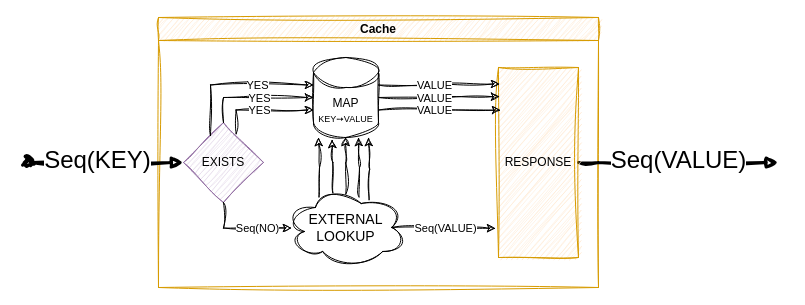
The draw.io diagram assets/images/2023/12/list_cache.drawio in stevenrskelton/stevenrskelton.github.io, before the edit. Source tidied: cells renumbered, new cells numbered last; positions are measured from the earlier drawing's top-left corner, leaving out a move shared by most shapes. Both pictures are drawn from the tidied source at 100%, with x=0, y=0 at pixel (28, 17).
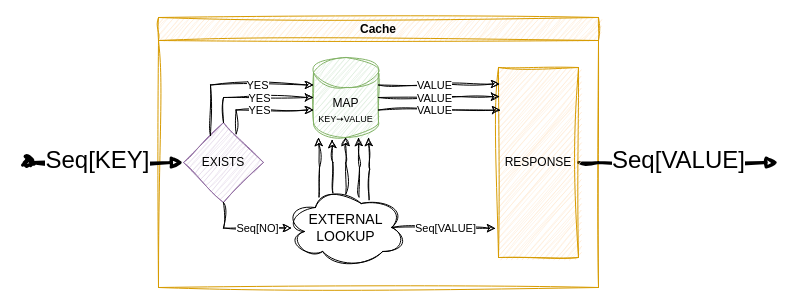
The same page after the edit.

Unchanged cells that the change refers to:
```xml
<mxCell id="2" value="Cache" style="swimlane;whiteSpace=wrap;html=1;fillColor=#ffe6cc;strokeColor=#d79b00;sketch=1;curveFitting=1;jiggle=2;" parent="1" vertex="1">
  <mxGeometry x="130" width="440" height="270" as="geometry" />
</mxCell>
<mxCell id="5" value="EXISTS" style="rhombus;whiteSpace=wrap;html=1;fillColor=#e1d5e7;strokeColor=#9673a6;sketch=1;curveFitting=1;jiggle=2;" parent="2" vertex="1">
  <mxGeometry x="25" y="105" width="80" height="80" as="geometry" />
</mxCell>
<mxCell id="9" style="edgeStyle=orthogonalEdgeStyle;rounded=0;jettySize=auto;html=1;exitX=0.5;exitY=1;exitDx=0;exitDy=0;entryX=0.055;entryY=0.506;entryDx=0;entryDy=0;entryPerimeter=0;sketch=1;curveFitting=1;jiggle=2;" parent="2" edge="1" source="5" target="4">
  <mxGeometry relative="1" as="geometry">
    <Array as="points">
      <mxPoint x="65" y="211" />
    </Array>
  </mxGeometry>
</mxCell>
<mxCell id="11" value="RESPONSE" style="rounded=0;whiteSpace=wrap;html=1;glass=0;sketch=1;curveFitting=1;jiggle=2;fillColor=#ffe6cc;strokeColor=#d79b00;" parent="2" vertex="1">
  <mxGeometry x="340" y="50" width="80" height="190" as="geometry" />
</mxCell>
<mxCell id="14" style="edgeStyle=orthogonalEdgeStyle;rounded=0;jettySize=auto;html=1;exitX=0.875;exitY=0.5;exitDx=0;exitDy=0;exitPerimeter=0;entryX=-0.037;entryY=0.847;entryDx=0;entryDy=0;entryPerimeter=0;sketch=1;curveFitting=1;jiggle=2;" parent="2" edge="1" source="4" target="11">
  <mxGeometry relative="1" as="geometry" />
</mxCell>
```

Diff of the diagram source:
```diff
@@
-    <mxCell id="3" value="Seq(VALUE)" style="html=1;verticalAlign=bottom;startArrow=none;endArrow=block;startSize=8;edgeStyle=elbowEdgeStyle;elbow=horizontal;curved=0;rounded=0;exitX=1;exitY=0.5;exitDx=0;exitDy=0;strokeWidth=3;fontSize=24;fontStyle=0;sketch=1;curveFitting=1;jiggle=2;startFill=0;" parent="2" edge="1" source="11">
+    <mxCell id="3" value="Seq[VALUE]" style="html=1;verticalAlign=bottom;startArrow=none;endArrow=block;startSize=8;edgeStyle=elbowEdgeStyle;elbow=horizontal;curved=0;rounded=0;exitX=1;exitY=0.5;exitDx=0;exitDy=0;strokeWidth=3;fontSize=24;fontStyle=0;sketch=1;curveFitting=1;jiggle=2;startFill=0;" parent="2" edge="1" source="11">
       <mxGeometry y="-15" relative="1" as="geometry">
         <mxPoint x="620" y="145" as="targetPoint" />
         <Array as="points">
           <mxPoint x="440" y="145" />
         </Array>
       </mxGeometry>
     </mxCell>
@@
-    <mxCell id="6" value="MAP&lt;br&gt;&lt;font style=&quot;font-size: 9px;&quot;&gt;KEY➙VALUE&lt;/font&gt;" style="shape=cylinder3;whiteSpace=wrap;html=1;boundedLbl=1;backgroundOutline=1;size=15;sketch=1;curveFitting=1;jiggle=2;" parent="2" vertex="1">
+    <mxCell id="6" value="MAP&lt;br&gt;&lt;font style=&quot;font-size: 9px;&quot;&gt;KEY➙VALUE&lt;/font&gt;" style="shape=cylinder3;whiteSpace=wrap;html=1;boundedLbl=1;backgroundOutline=1;size=15;sketch=1;curveFitting=1;jiggle=2;fillColor=#d5e8d4;strokeColor=#82b366;" parent="2" vertex="1">
       <mxGeometry x="155" y="40" width="65" height="80" as="geometry" />
     </mxCell>
@@
-    <mxCell id="10" value="Seq(NO)" style="edgeLabel;html=1;align=center;verticalAlign=middle;" parent="9" vertex="1">
+    <mxCell id="10" value="Seq[NO]" style="edgeLabel;html=1;align=center;verticalAlign=middle;" parent="9" vertex="1">
       <mxGeometry x="0.26" relative="1" as="geometry" />
     </mxCell>
@@
-    <mxCell id="15" value="Seq(VALUE)" style="edgeLabel;html=1;align=center;verticalAlign=middle;" parent="14" vertex="1">
+    <mxCell id="15" value="Seq[VALUE]" style="edgeLabel;html=1;align=center;verticalAlign=middle;" parent="14" vertex="1">
       <mxGeometry x="0.01" relative="1" as="geometry" />
     </mxCell>
@@
-    <mxCell id="29" value="Seq(KEY)" style="html=1;verticalAlign=bottom;startArrow=oval;endArrow=block;startSize=8;edgeStyle=elbowEdgeStyle;elbow=vertical;curved=0;rounded=0;strokeWidth=3;fontSize=24;fontStyle=0;sketch=1;curveFitting=1;jiggle=2;entryX=0;entryY=0.5;entryDx=0;entryDy=0;labelBackgroundColor=default;" parent="1" edge="1" target="5">
+    <mxCell id="29" value="Seq[KEY]" style="html=1;verticalAlign=bottom;startArrow=oval;endArrow=block;startSize=8;edgeStyle=elbowEdgeStyle;elbow=vertical;curved=0;rounded=0;strokeWidth=3;fontSize=24;fontStyle=0;sketch=1;curveFitting=1;jiggle=2;entryX=0;entryY=0.5;entryDx=0;entryDy=0;labelBackgroundColor=default;" parent="1" edge="1" target="5">
       <mxGeometry x="-0.11" y="-15" relative="1" as="geometry">
         <mxPoint y="145" as="sourcePoint" />
       </mxGeometry>
     </mxCell>
```
